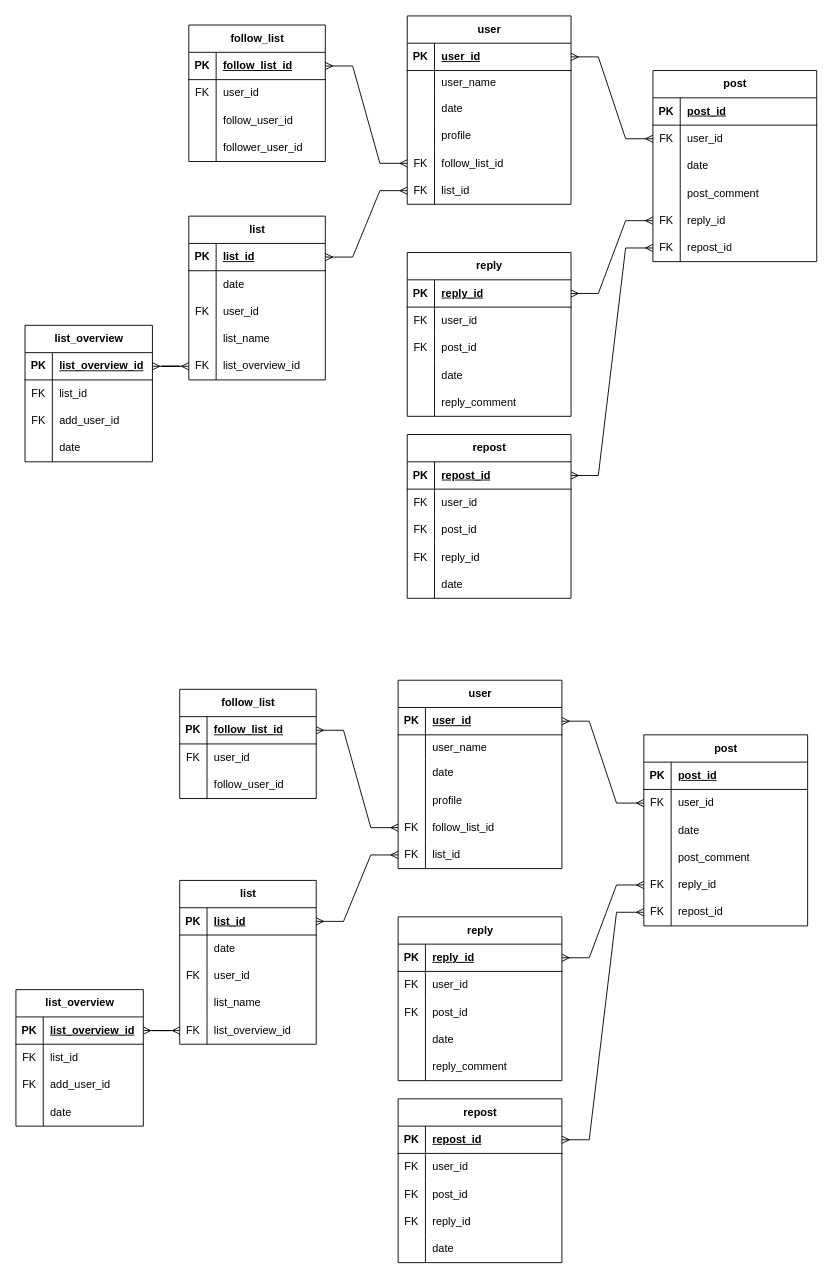
namacosansan/ER keeps this draw.io diagram as X.drawio. Above is the earlier version. Source tidied: cells renumbered, new cells numbered last; positions are measured from the earlier drawing's top-left corner, leaving out a move shared by most shapes. Both pictures are drawn from the tidied source at 91%, with x=0, y=0 at pixel (15, 15).
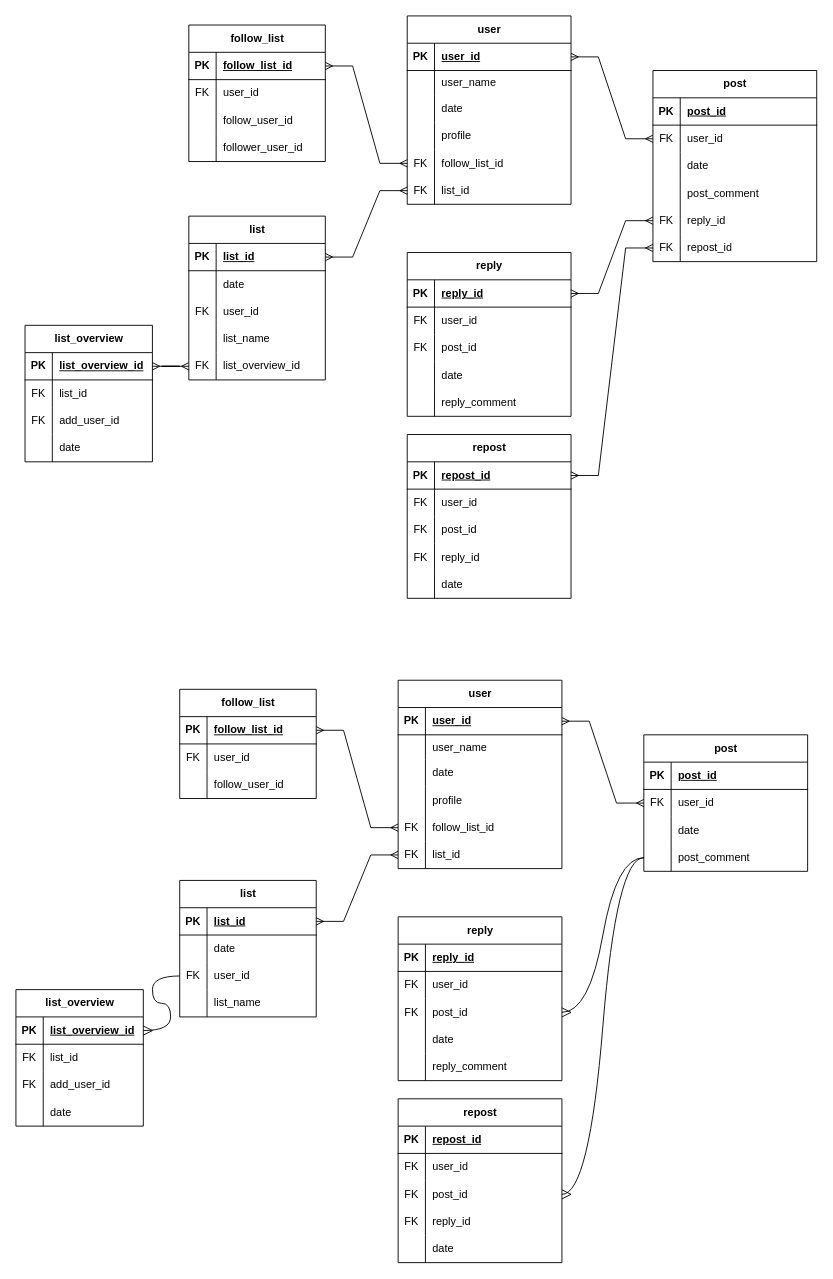
After the change.

Commit message (it also covers changes not shown here):
X.drawio を更新します

The change refers to these unchanged cells:
```xml
<mxCell id="140" style="shape=tableRow;horizontal=0;startSize=0;swimlaneHead=0;swimlaneBody=0;fillColor=none;points=[[0,0.5],[1,0.5]];portConstraint=eastwest;top=0;left=0;right=0;bottom=1;" parent="139" vertex="1">
  <mxGeometry y="30" width="180" height="30" as="geometry" />
</mxCell>
<mxCell id="146" style="shape=tableRow;horizontal=0;startSize=0;swimlaneHead=0;swimlaneBody=0;fillColor=none;points=[[0,0.5],[1,0.5]];portConstraint=eastwest;top=0;left=0;right=0;bottom=0;" parent="139" vertex="1">
  <mxGeometry y="90" width="180" height="30" as="geometry" />
</mxCell>
<mxCell id="156" style="shape=tableRow;horizontal=0;startSize=0;swimlaneHead=0;swimlaneBody=0;fillColor=none;points=[[0,0.5],[1,0.5]];portConstraint=eastwest;top=0;left=0;right=0;bottom=1;" parent="155" vertex="1">
  <mxGeometry y="30" width="180" height="30" as="geometry" />
</mxCell>
<mxCell id="162" style="shape=tableRow;horizontal=0;startSize=0;swimlaneHead=0;swimlaneBody=0;fillColor=none;points=[[0,0.5],[1,0.5]];portConstraint=eastwest;top=0;left=0;right=0;bottom=0;" parent="155" vertex="1">
  <mxGeometry y="90" width="180" height="30" as="geometry" />
</mxCell>
<mxCell id="172" style="shape=tableRow;horizontal=0;startSize=0;swimlaneHead=0;swimlaneBody=0;fillColor=none;points=[[0,0.5],[1,0.5]];portConstraint=eastwest;top=0;left=0;right=0;bottom=1;" parent="171" vertex="1">
  <mxGeometry y="30" width="140" height="30" as="geometry" />
</mxCell>
<mxCell id="191" style="shape=tableRow;horizontal=0;startSize=0;swimlaneHead=0;swimlaneBody=0;fillColor=none;points=[[0,0.5],[1,0.5]];portConstraint=eastwest;top=0;left=0;right=0;bottom=0;" parent="184" vertex="1">
  <mxGeometry y="90" width="150" height="30" as="geometry" />
</mxCell>
<mxCell id="220" style="shape=tableRow;horizontal=0;startSize=0;swimlaneHead=0;swimlaneBody=0;fillColor=none;points=[[0,0.5],[1,0.5]];portConstraint=eastwest;top=0;left=0;right=0;bottom=0;" parent="210" vertex="1">
  <mxGeometry y="120" width="180" height="30" as="geometry" />
</mxCell>
```

Change to the diagram source:
```diff
@@
     <mxCell id="184" value="list" style="shape=table;startSize=30;childLayout=tableLayout;rowLines=0;fontStyle=1;align=center;html=1;" parent="1" vertex="1">
-      <mxGeometry x="180" y="950" width="150" height="180" as="geometry" />
+      <mxGeometry x="180" y="950" width="150" height="150" as="geometry" />
     </mxCell>
@@
-    <mxCell id="197" style="shape=tableRow;horizontal=0;startSize=0;swimlaneHead=0;swimlaneBody=0;fillColor=none;points=[[0,0.5],[1,0.5]];portConstraint=eastwest;top=0;left=0;right=0;bottom=0;" parent="184" vertex="1">
-      <mxGeometry y="150" width="150" height="30" as="geometry" />
-    </mxCell>
-    <mxCell id="198" value="FK" style="shape=partialRectangle;fillColor=none;top=0;left=0;bottom=0;right=0;overflow=hidden;whiteSpace=wrap;html=1;" parent="197" vertex="1">
-      <mxGeometry width="30" height="30" as="geometry" />
-    </mxCell>
-    <mxCell id="199" value="list_overview_id" style="shape=partialRectangle;fillColor=none;top=0;left=0;bottom=0;right=0;align=left;spacingLeft=6;overflow=hidden;whiteSpace=wrap;html=1;" parent="197" vertex="1">
-      <mxGeometry x="30" width="120" height="30" as="geometry" />
-    </mxCell>
@@
     <mxCell id="210" value="post" style="shape=table;startSize=30;childLayout=tableLayout;rowLines=0;fontStyle=1;align=center;html=1;" parent="1" vertex="1">
-      <mxGeometry x="690" y="790" width="180" height="210" as="geometry" />
+      <mxGeometry x="690" y="790" width="180" height="150" as="geometry" />
     </mxCell>
@@
-    <mxCell id="223" style="shape=tableRow;horizontal=0;startSize=0;swimlaneHead=0;swimlaneBody=0;fillColor=none;points=[[0,0.5],[1,0.5]];portConstraint=eastwest;top=0;left=0;right=0;bottom=0;" parent="210" vertex="1">
-      <mxGeometry y="150" width="180" height="30" as="geometry" />
-    </mxCell>
-    <mxCell id="224" value="FK" style="shape=partialRectangle;fillColor=none;top=0;left=0;bottom=0;right=0;overflow=hidden;whiteSpace=wrap;html=1;" parent="223" vertex="1">
-      <mxGeometry width="30" height="30" as="geometry" />
-    </mxCell>
-    <mxCell id="225" value="reply_id" style="shape=partialRectangle;fillColor=none;top=0;left=0;bottom=0;right=0;align=left;spacingLeft=6;overflow=hidden;whiteSpace=wrap;html=1;" parent="223" vertex="1">
-      <mxGeometry x="30" width="150" height="30" as="geometry" />
-    </mxCell>
-    <mxCell id="226" style="shape=tableRow;horizontal=0;startSize=0;swimlaneHead=0;swimlaneBody=0;fillColor=none;points=[[0,0.5],[1,0.5]];portConstraint=eastwest;top=0;left=0;right=0;bottom=0;" parent="210" vertex="1">
-      <mxGeometry y="180" width="180" height="30" as="geometry" />
-    </mxCell>
-    <mxCell id="227" value="FK" style="shape=partialRectangle;fillColor=none;top=0;left=0;bottom=0;right=0;overflow=hidden;whiteSpace=wrap;html=1;" parent="226" vertex="1">
-      <mxGeometry width="30" height="30" as="geometry" />
-    </mxCell>
-    <mxCell id="228" value="repost_id" style="shape=partialRectangle;fillColor=none;top=0;left=0;bottom=0;right=0;align=left;spacingLeft=6;overflow=hidden;whiteSpace=wrap;html=1;" parent="226" vertex="1">
-      <mxGeometry x="30" width="150" height="30" as="geometry" />
-    </mxCell>
@@
-    <mxCell id="231" style="edgeStyle=entityRelationEdgeStyle;fontSize=12;html=1;endArrow=ERmany;startArrow=ERmany;rounded=0;entryX=0;entryY=0.5;entryDx=0;entryDy=0;exitX=1;exitY=0.5;exitDx=0;exitDy=0;" parent="1" edge="1" source="140" target="223">
-      <mxGeometry relative="1" as="geometry" />
-    </mxCell>
-    <mxCell id="232" style="edgeStyle=entityRelationEdgeStyle;fontSize=12;html=1;endArrow=ERmany;startArrow=ERmany;rounded=0;entryX=0;entryY=0.5;entryDx=0;entryDy=0;exitX=1;exitY=0.5;exitDx=0;exitDy=0;" parent="1" edge="1" source="156" target="226">
-      <mxGeometry relative="1" as="geometry" />
-    </mxCell>
@@
-    <mxCell id="234" style="edgeStyle=entityRelationEdgeStyle;fontSize=12;html=1;endArrow=ERmany;startArrow=ERmany;rounded=0;exitX=1;exitY=0.5;exitDx=0;exitDy=0;entryX=0;entryY=0.5;entryDx=0;entryDy=0;" parent="1" edge="1" source="172" target="197">
-      <mxGeometry relative="1" as="geometry" />
-    </mxCell>
+    <mxCell id="235" style="edgeStyle=entityRelationEdgeStyle;fontSize=12;html=1;endArrow=ERmany;rounded=0;startSize=8;endSize=8;curved=1;exitX=0;exitY=0.5;exitDx=0;exitDy=0;" parent="1" edge="1" source="220" target="146">
+      <mxGeometry relative="1" as="geometry" />
+    </mxCell>
+    <mxCell id="236" style="edgeStyle=entityRelationEdgeStyle;fontSize=12;html=1;endArrow=ERmany;rounded=0;startSize=8;endSize=8;curved=1;exitX=0;exitY=0.5;exitDx=0;exitDy=0;entryX=1;entryY=0.5;entryDx=0;entryDy=0;" parent="1" edge="1" source="220" target="162">
+      <mxGeometry relative="1" as="geometry" />
+    </mxCell>
+    <mxCell id="237" style="edgeStyle=entityRelationEdgeStyle;fontSize=12;html=1;endArrow=ERmany;rounded=0;startSize=8;endSize=8;curved=1;exitX=0;exitY=0.5;exitDx=0;exitDy=0;entryX=1;entryY=0.5;entryDx=0;entryDy=0;" parent="1" edge="1" source="191" target="172">
+      <mxGeometry relative="1" as="geometry" />
+    </mxCell>
```
